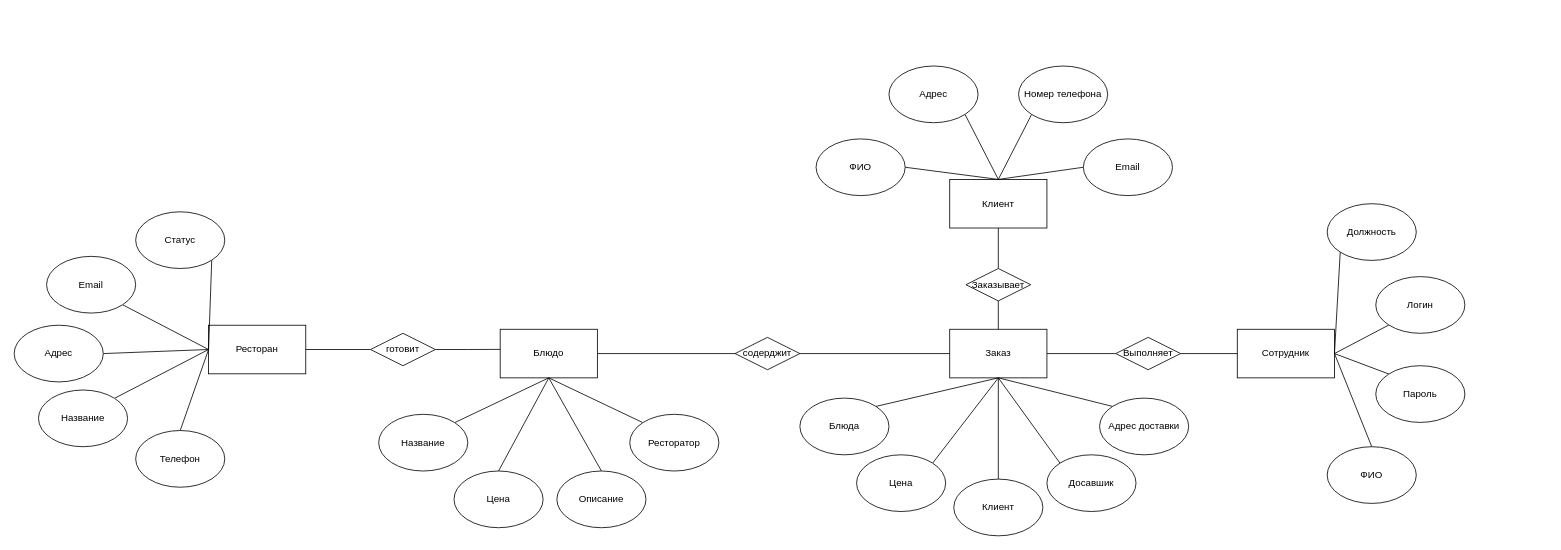
The draw.io diagram 10/концептуальая модель.drawio in sh141ro-god/vanya, before the edit. Source tidied: cells renumbered, new cells numbered last; positions are measured from the earlier drawing's top-left corner, leaving out a move shared by most shapes. Both pictures are drawn from the tidied source at 81%, with x=0, y=0 at pixel (14, 66).
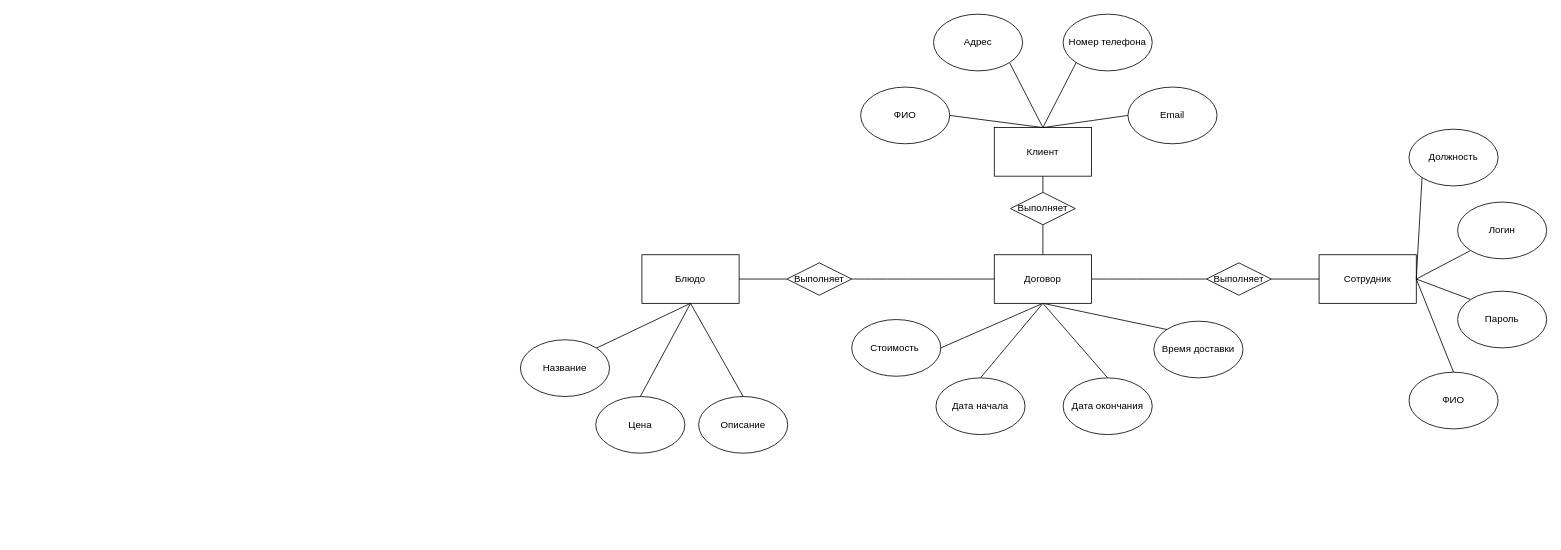
The same page after the edit.

Diff of the diagram source:
```diff
@@
-    <mxCell id="2" style="rounded=0;jettySize=auto;html=1;exitX=0.5;exitY=1;exitDx=0;exitDy=0;entryX=0.5;entryY=0;entryDx=0;entryDy=0;endArrow=none;endFill=0;" parent="1" edge="1" source="3" target="62">
+    <mxCell id="2" style="rounded=0;jettySize=auto;html=1;exitX=0.5;exitY=1;exitDx=0;exitDy=0;endArrow=none;endFill=0;entryX=0.5;entryY=0;entryDx=0;entryDy=0;" parent="1" edge="1" source="3" target="70">
       <mxGeometry relative="1" as="geometry" />
     </mxCell>
     <mxCell id="3" value="Клиент" style="rounded=0;whiteSpace=wrap;html=1;" parent="1" vertex="1">
-      <mxGeometry x="1155" y="140" width="120" height="60" as="geometry" />
+      <mxGeometry x="1210" y="76" width="120" height="60" as="geometry" />
     </mxCell>
@@
     <mxCell id="5" value="ФИО" style="ellipse;whiteSpace=wrap;html=1;" parent="1" vertex="1">
-      <mxGeometry x="990" y="90" width="110" height="70" as="geometry" />
+      <mxGeometry x="1045" y="26" width="110" height="70" as="geometry" />
     </mxCell>
@@
     <mxCell id="7" value="Адрес" style="ellipse;whiteSpace=wrap;html=1;" parent="1" vertex="1">
-      <mxGeometry x="1080" width="110" height="70" as="geometry" />
+      <mxGeometry x="1135" y="-64" width="110" height="70" as="geometry" />
     </mxCell>
@@
     <mxCell id="9" value="Номер телефона" style="ellipse;whiteSpace=wrap;html=1;" parent="1" vertex="1">
-      <mxGeometry x="1240" width="110" height="70" as="geometry" />
+      <mxGeometry x="1295" y="-64" width="110" height="70" as="geometry" />
     </mxCell>
@@
     <mxCell id="11" value="Email" style="ellipse;whiteSpace=wrap;html=1;" parent="1" vertex="1">
-      <mxGeometry x="1320" y="90" width="110" height="70" as="geometry" />
+      <mxGeometry x="1375" y="26" width="110" height="70" as="geometry" />
     </mxCell>
     <mxCell id="12" value="Сотрудник" style="rounded=0;whiteSpace=wrap;html=1;" parent="1" vertex="1">
-      <mxGeometry x="1510" y="325" width="120" height="60" as="geometry" />
+      <mxGeometry x="1611" y="233" width="120" height="60" as="geometry" />
     </mxCell>
@@
     <mxCell id="14" value="ФИО" style="ellipse;whiteSpace=wrap;html=1;" parent="1" vertex="1">
-      <mxGeometry x="1621" y="470" width="110" height="70" as="geometry" />
+      <mxGeometry x="1722" y="378" width="110" height="70" as="geometry" />
     </mxCell>
@@
     <mxCell id="16" value="Пароль" style="ellipse;whiteSpace=wrap;html=1;" parent="1" vertex="1">
-      <mxGeometry x="1681" y="370" width="110" height="70" as="geometry" />
+      <mxGeometry x="1782" y="278" width="110" height="70" as="geometry" />
     </mxCell>
@@
     <mxCell id="18" value="Логин" style="ellipse;whiteSpace=wrap;html=1;" parent="1" vertex="1">
-      <mxGeometry x="1681" y="260" width="110" height="70" as="geometry" />
+      <mxGeometry x="1782" y="168" width="110" height="70" as="geometry" />
     </mxCell>
@@
     <mxCell id="20" value="Должность" style="ellipse;whiteSpace=wrap;html=1;" parent="1" vertex="1">
-      <mxGeometry x="1621" y="170" width="110" height="70" as="geometry" />
+      <mxGeometry x="1722" y="78" width="110" height="70" as="geometry" />
     </mxCell>
-    <mxCell id="21" style="edgeStyle=orthogonalEdgeStyle;rounded=0;jettySize=auto;html=1;exitX=1;exitY=0.5;exitDx=0;exitDy=0;entryX=0;entryY=0.5;entryDx=0;entryDy=0;endArrow=none;endFill=0;" parent="1" edge="1" source="22" target="55">
-      <mxGeometry relative="1" as="geometry" />
-    </mxCell>
-    <mxCell id="22" value="Ресторан" style="rounded=0;whiteSpace=wrap;html=1;" parent="1" vertex="1">
-      <mxGeometry x="240" y="320" width="120" height="60" as="geometry" />
-    </mxCell>
-    <mxCell id="23" style="rounded=0;jettySize=auto;html=1;exitX=1;exitY=0.5;exitDx=0;exitDy=0;endArrow=none;endFill=0;" parent="1" edge="1" source="24">
-      <mxGeometry relative="1" as="geometry">
-        <mxPoint x="240" y="350" as="targetPoint" />
-      </mxGeometry>
-    </mxCell>
-    <mxCell id="24" value="Адрес" style="ellipse;whiteSpace=wrap;html=1;" parent="1" vertex="1">
-      <mxGeometry y="320" width="110" height="70" as="geometry" />
-    </mxCell>
-    <mxCell id="25" style="rounded=0;jettySize=auto;html=1;exitX=1;exitY=0;exitDx=0;exitDy=0;entryX=0;entryY=0.5;entryDx=0;entryDy=0;endArrow=none;endFill=0;" parent="1" edge="1" source="26" target="22">
-      <mxGeometry relative="1" as="geometry" />
-    </mxCell>
-    <mxCell id="26" value="Название" style="ellipse;whiteSpace=wrap;html=1;" parent="1" vertex="1">
-      <mxGeometry x="30" y="400" width="110" height="70" as="geometry" />
-    </mxCell>
-    <mxCell id="27" style="rounded=0;jettySize=auto;html=1;exitX=0.5;exitY=0;exitDx=0;exitDy=0;endArrow=none;endFill=0;" parent="1" edge="1" source="28">
-      <mxGeometry relative="1" as="geometry">
-        <mxPoint x="240" y="350" as="targetPoint" />
-      </mxGeometry>
-    </mxCell>
-    <mxCell id="28" value="Телефон" style="ellipse;whiteSpace=wrap;html=1;" parent="1" vertex="1">
-      <mxGeometry x="150" y="450" width="110" height="70" as="geometry" />
-    </mxCell>
-    <mxCell id="29" style="rounded=0;jettySize=auto;html=1;exitX=1;exitY=1;exitDx=0;exitDy=0;endArrow=none;endFill=0;" parent="1" edge="1" source="30">
-      <mxGeometry relative="1" as="geometry">
-        <mxPoint x="240" y="350" as="targetPoint" />
-      </mxGeometry>
-    </mxCell>
-    <mxCell id="30" value="Email" style="ellipse;whiteSpace=wrap;html=1;" parent="1" vertex="1">
-      <mxGeometry x="40" y="235" width="110" height="70" as="geometry" />
-    </mxCell>
-    <mxCell id="31" style="rounded=0;jettySize=auto;html=1;exitX=1;exitY=1;exitDx=0;exitDy=0;entryX=0;entryY=0.5;entryDx=0;entryDy=0;endArrow=none;endFill=0;" parent="1" edge="1" source="32" target="22">
-      <mxGeometry relative="1" as="geometry" />
-    </mxCell>
-    <mxCell id="32" value="Статус" style="ellipse;whiteSpace=wrap;html=1;" parent="1" vertex="1">
-      <mxGeometry x="150" y="180" width="110" height="70" as="geometry" />
-    </mxCell>
-    <mxCell id="33" style="rounded=0;jettySize=auto;html=1;exitX=1;exitY=0.5;exitDx=0;exitDy=0;entryX=0;entryY=0.5;entryDx=0;entryDy=0;endArrow=none;endFill=0;" parent="1" edge="1" source="34" target="60">
-      <mxGeometry relative="1" as="geometry" />
-    </mxCell>
-    <mxCell id="34" value="Заказ" style="rounded=0;whiteSpace=wrap;html=1;" parent="1" vertex="1">
-      <mxGeometry x="1155" y="325" width="120" height="60" as="geometry" />
-    </mxCell>
-    <mxCell id="35" style="rounded=0;jettySize=auto;html=1;exitX=1;exitY=0;exitDx=0;exitDy=0;entryX=0.5;entryY=1;entryDx=0;entryDy=0;endArrow=none;endFill=0;" parent="1" edge="1" source="36" target="34">
-      <mxGeometry relative="1" as="geometry" />
-    </mxCell>
-    <mxCell id="36" value="Блюда" style="ellipse;whiteSpace=wrap;html=1;" parent="1" vertex="1">
-      <mxGeometry x="970" y="410" width="110" height="70" as="geometry" />
-    </mxCell>
-    <mxCell id="37" style="rounded=0;jettySize=auto;html=1;exitX=1;exitY=0;exitDx=0;exitDy=0;entryX=0.5;entryY=1;entryDx=0;entryDy=0;endArrow=none;endFill=0;" parent="1" edge="1" source="38" target="34">
-      <mxGeometry relative="1" as="geometry" />
-    </mxCell>
-    <mxCell id="38" value="Цена" style="ellipse;whiteSpace=wrap;html=1;" parent="1" vertex="1">
-      <mxGeometry x="1040" y="480" width="110" height="70" as="geometry" />
-    </mxCell>
-    <mxCell id="39" style="rounded=0;jettySize=auto;html=1;exitX=0.5;exitY=0;exitDx=0;exitDy=0;entryX=0.5;entryY=1;entryDx=0;entryDy=0;endArrow=none;endFill=0;" parent="1" edge="1" source="40" target="34">
-      <mxGeometry relative="1" as="geometry" />
-    </mxCell>
-    <mxCell id="40" value="Клиент" style="ellipse;whiteSpace=wrap;html=1;" parent="1" vertex="1">
-      <mxGeometry x="1160" y="510" width="110" height="70" as="geometry" />
-    </mxCell>
-    <mxCell id="41" style="rounded=0;jettySize=auto;html=1;exitX=0;exitY=0;exitDx=0;exitDy=0;entryX=0.5;entryY=1;entryDx=0;entryDy=0;endArrow=none;endFill=0;" parent="1" edge="1" source="42" target="34">
-      <mxGeometry relative="1" as="geometry" />
-    </mxCell>
-    <mxCell id="42" value="Досавшик" style="ellipse;whiteSpace=wrap;html=1;" parent="1" vertex="1">
-      <mxGeometry x="1275" y="480" width="110" height="70" as="geometry" />
-    </mxCell>
-    <mxCell id="43" style="rounded=0;jettySize=auto;html=1;exitX=0;exitY=0;exitDx=0;exitDy=0;entryX=0.5;entryY=1;entryDx=0;entryDy=0;endArrow=none;endFill=0;" parent="1" edge="1" source="44" target="34">
-      <mxGeometry relative="1" as="geometry" />
-    </mxCell>
-    <mxCell id="44" value="Адрес доставки" style="ellipse;whiteSpace=wrap;html=1;" parent="1" vertex="1">
-      <mxGeometry x="1340" y="410" width="110" height="70" as="geometry" />
-    </mxCell>
-    <mxCell id="45" style="edgeStyle=orthogonalEdgeStyle;rounded=0;jettySize=auto;html=1;exitX=1;exitY=0.5;exitDx=0;exitDy=0;entryX=0;entryY=0.5;entryDx=0;entryDy=0;endArrow=none;endFill=0;" parent="1" edge="1" source="46" target="58">
+    <mxCell id="45" style="rounded=0;jettySize=auto;html=1;exitX=1;exitY=0.5;exitDx=0;exitDy=0;entryX=0;entryY=0.5;entryDx=0;entryDy=0;endArrow=none;endFill=0;" parent="1" edge="1" source="46" target="72">
       <mxGeometry relative="1" as="geometry" />
     </mxCell>
     <mxCell id="46" value="Блюдо" style="rounded=0;whiteSpace=wrap;html=1;" parent="1" vertex="1">
-      <mxGeometry x="600" y="325" width="120" height="60" as="geometry" />
+      <mxGeometry x="775" y="233" width="120" height="60" as="geometry" />
     </mxCell>
@@
     <mxCell id="48" value="Название" style="ellipse;whiteSpace=wrap;html=1;" parent="1" vertex="1">
-      <mxGeometry x="450" y="430" width="110" height="70" as="geometry" />
+      <mxGeometry x="625" y="338" width="110" height="70" as="geometry" />
     </mxCell>
@@
     <mxCell id="50" value="Цена" style="ellipse;whiteSpace=wrap;html=1;" parent="1" vertex="1">
-      <mxGeometry x="543" y="500" width="110" height="70" as="geometry" />
+      <mxGeometry x="718" y="408" width="110" height="70" as="geometry" />
     </mxCell>
@@
     <mxCell id="52" value="Описание" style="ellipse;whiteSpace=wrap;html=1;" parent="1" vertex="1">
-      <mxGeometry x="670" y="500" width="110" height="70" as="geometry" />
+      <mxGeometry x="845" y="408" width="110" height="70" as="geometry" />
     </mxCell>
-    <mxCell id="53" style="rounded=0;jettySize=auto;html=1;exitX=0;exitY=0;exitDx=0;exitDy=0;entryX=0.5;entryY=1;entryDx=0;entryDy=0;endArrow=none;endFill=0;" parent="1" edge="1" source="54" target="46">
-      <mxGeometry relative="1" as="geometry" />
-    </mxCell>
-    <mxCell id="54" value="Ресторатор" style="ellipse;whiteSpace=wrap;html=1;" parent="1" vertex="1">
-      <mxGeometry x="760" y="430" width="110" height="70" as="geometry" />
-    </mxCell>
-    <mxCell id="55" value="готовит" style="rhombus;whiteSpace=wrap;html=1;" parent="1" vertex="1">
-      <mxGeometry x="440" y="330" width="80" height="40" as="geometry" />
-    </mxCell>
-    <mxCell id="56" style="edgeStyle=orthogonalEdgeStyle;rounded=0;jettySize=auto;html=1;exitX=1;exitY=0.5;exitDx=0;exitDy=0;entryX=0;entryY=0.414;entryDx=0;entryDy=0;entryPerimeter=0;endArrow=none;endFill=0;" parent="1" edge="1" source="55" target="46">
-      <mxGeometry relative="1" as="geometry" />
-    </mxCell>
-    <mxCell id="57" style="edgeStyle=orthogonalEdgeStyle;rounded=0;jettySize=auto;html=1;exitX=1;exitY=0.5;exitDx=0;exitDy=0;entryX=0;entryY=0.5;entryDx=0;entryDy=0;endArrow=none;endFill=0;" parent="1" edge="1" source="58" target="34">
-      <mxGeometry relative="1" as="geometry" />
-    </mxCell>
-    <mxCell id="58" value="содерджит" style="rhombus;whiteSpace=wrap;html=1;" parent="1" vertex="1">
-      <mxGeometry x="890" y="335" width="80" height="40" as="geometry" />
-    </mxCell>
-    <mxCell id="59" style="rounded=0;jettySize=auto;html=1;exitX=1;exitY=0.5;exitDx=0;exitDy=0;entryX=0;entryY=0.5;entryDx=0;entryDy=0;endArrow=none;endFill=0;" parent="1" edge="1" source="60" target="12">
+    <mxCell id="59" style="rounded=0;jettySize=auto;html=1;exitX=1;exitY=0.5;exitDx=0;exitDy=0;entryX=0;entryY=0.5;entryDx=0;entryDy=0;endArrow=none;endFill=0;" parent="1" edge="1" source="73" target="12">
       <mxGeometry relative="1" as="geometry" />
     </mxCell>
-    <mxCell id="60" value="Выполняет" style="rhombus;whiteSpace=wrap;html=1;" parent="1" vertex="1">
-      <mxGeometry x="1360" y="335" width="80" height="40" as="geometry" />
-    </mxCell>
-    <mxCell id="61" style="rounded=0;jettySize=auto;html=1;exitX=0.5;exitY=1;exitDx=0;exitDy=0;entryX=0.5;entryY=0;entryDx=0;entryDy=0;endArrow=none;endFill=0;" parent="1" edge="1" source="62" target="34">
-      <mxGeometry relative="1" as="geometry" />
-    </mxCell>
-    <mxCell id="62" value="Заказывает" style="rhombus;whiteSpace=wrap;html=1;" parent="1" vertex="1">
-      <mxGeometry x="1175" y="250" width="80" height="40" as="geometry" />
-    </mxCell>
+    <mxCell id="63" style="edgeStyle=none;curved=1;rounded=0;jettySize=auto;html=1;exitX=1;exitY=0.5;exitDx=0;exitDy=0;entryX=0;entryY=0.5;entryDx=0;entryDy=0;fontSize=12;startSize=8;endSize=8;endArrow=none;endFill=0;" parent="1" edge="1" source="68" target="73">
+      <mxGeometry relative="1" as="geometry" />
+    </mxCell>
+    <mxCell id="64" style="edgeStyle=none;curved=1;rounded=0;jettySize=auto;html=1;exitX=0.5;exitY=1;exitDx=0;exitDy=0;entryX=1;entryY=0.5;entryDx=0;entryDy=0;fontSize=12;startSize=8;endSize=8;endArrow=none;endFill=0;" parent="1" edge="1" source="68" target="74">
+      <mxGeometry relative="1" as="geometry" />
+    </mxCell>
+    <mxCell id="65" style="edgeStyle=none;curved=1;rounded=0;jettySize=auto;html=1;exitX=0.5;exitY=1;exitDx=0;exitDy=0;entryX=0.5;entryY=0;entryDx=0;entryDy=0;fontSize=12;startSize=8;endSize=8;endArrow=none;endFill=0;" parent="1" edge="1" source="68" target="75">
+      <mxGeometry relative="1" as="geometry" />
+    </mxCell>
+    <mxCell id="66" style="edgeStyle=none;curved=1;rounded=0;jettySize=auto;html=1;exitX=0.5;exitY=1;exitDx=0;exitDy=0;entryX=0.5;entryY=0;entryDx=0;entryDy=0;fontSize=12;startSize=8;endSize=8;endArrow=none;endFill=0;" parent="1" edge="1" source="68" target="76">
+      <mxGeometry relative="1" as="geometry" />
+    </mxCell>
+    <mxCell id="67" style="edgeStyle=none;curved=1;rounded=0;jettySize=auto;html=1;exitX=0.5;exitY=1;exitDx=0;exitDy=0;entryX=0;entryY=0;entryDx=0;entryDy=0;fontSize=12;startSize=8;endSize=8;endArrow=none;endFill=0;" parent="1" edge="1" source="68" target="77">
+      <mxGeometry relative="1" as="geometry" />
+    </mxCell>
+    <mxCell id="68" value="Договор" style="rounded=0;whiteSpace=wrap;html=1;" parent="1" vertex="1">
+      <mxGeometry x="1210" y="233" width="120" height="60" as="geometry" />
+    </mxCell>
+    <mxCell id="69" style="edgeStyle=none;curved=1;rounded=0;jettySize=auto;html=1;exitX=0.5;exitY=1;exitDx=0;exitDy=0;entryX=0.5;entryY=0;entryDx=0;entryDy=0;fontSize=12;startSize=8;endSize=8;endArrow=none;endFill=0;" parent="1" edge="1" source="70" target="68">
+      <mxGeometry relative="1" as="geometry" />
+    </mxCell>
+    <mxCell id="70" value="Выполняет" style="rhombus;whiteSpace=wrap;html=1;" parent="1" vertex="1">
+      <mxGeometry x="1230" y="156" width="80" height="40" as="geometry" />
+    </mxCell>
+    <mxCell id="71" style="edgeStyle=none;curved=1;rounded=0;jettySize=auto;html=1;exitX=1;exitY=0.5;exitDx=0;exitDy=0;entryX=0;entryY=0.5;entryDx=0;entryDy=0;fontSize=12;startSize=8;endSize=8;endArrow=none;endFill=0;" parent="1" edge="1" source="72" target="68">
+      <mxGeometry relative="1" as="geometry" />
+    </mxCell>
+    <mxCell id="72" value="Выполняет" style="rhombus;whiteSpace=wrap;html=1;" parent="1" vertex="1">
+      <mxGeometry x="954" y="243" width="80" height="40" as="geometry" />
+    </mxCell>
+    <mxCell id="73" value="Выполняет" style="rhombus;whiteSpace=wrap;html=1;" parent="1" vertex="1">
+      <mxGeometry x="1472" y="243" width="80" height="40" as="geometry" />
+    </mxCell>
+    <mxCell id="74" value="Стоимость&amp;nbsp;" style="ellipse;whiteSpace=wrap;html=1;" parent="1" vertex="1">
+      <mxGeometry x="1034" y="313" width="110" height="70" as="geometry" />
+    </mxCell>
+    <mxCell id="75" value="Дата начала" style="ellipse;whiteSpace=wrap;html=1;" parent="1" vertex="1">
+      <mxGeometry x="1138" y="385" width="110" height="70" as="geometry" />
+    </mxCell>
+    <mxCell id="76" value="Дата окончания" style="ellipse;whiteSpace=wrap;html=1;" parent="1" vertex="1">
+      <mxGeometry x="1295" y="385" width="110" height="70" as="geometry" />
+    </mxCell>
+    <mxCell id="77" value="Время доставки" style="ellipse;whiteSpace=wrap;html=1;" parent="1" vertex="1">
+      <mxGeometry x="1407" y="315" width="110" height="70" as="geometry" />
+    </mxCell>
```
